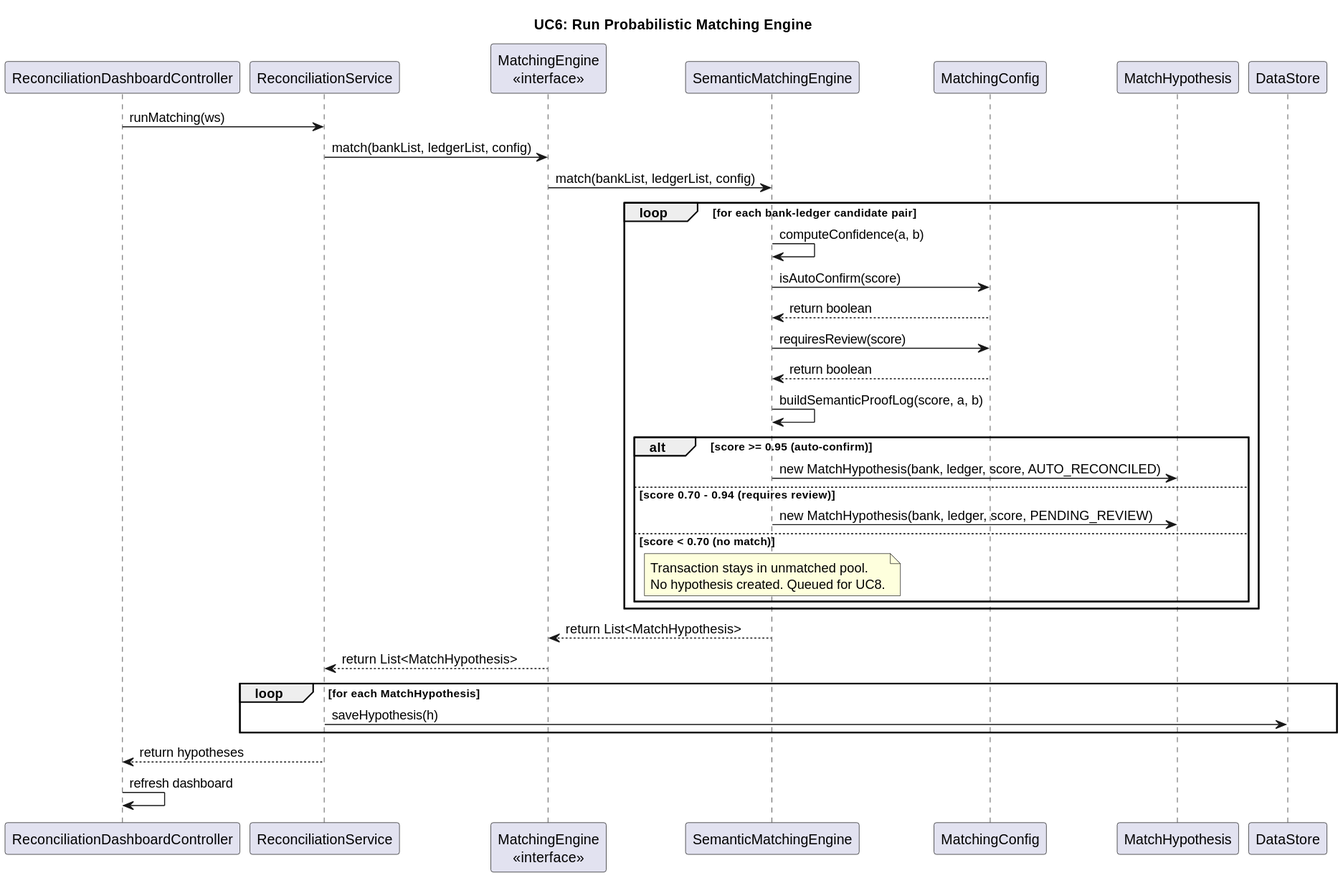
Before: docs/Sequence Diagrams/UC6_RunProbabilisticMatchingEngine.svg, a diagram exported from PlantUML (rayyan-41/AVAL-AI-Reconciliation-Engine).
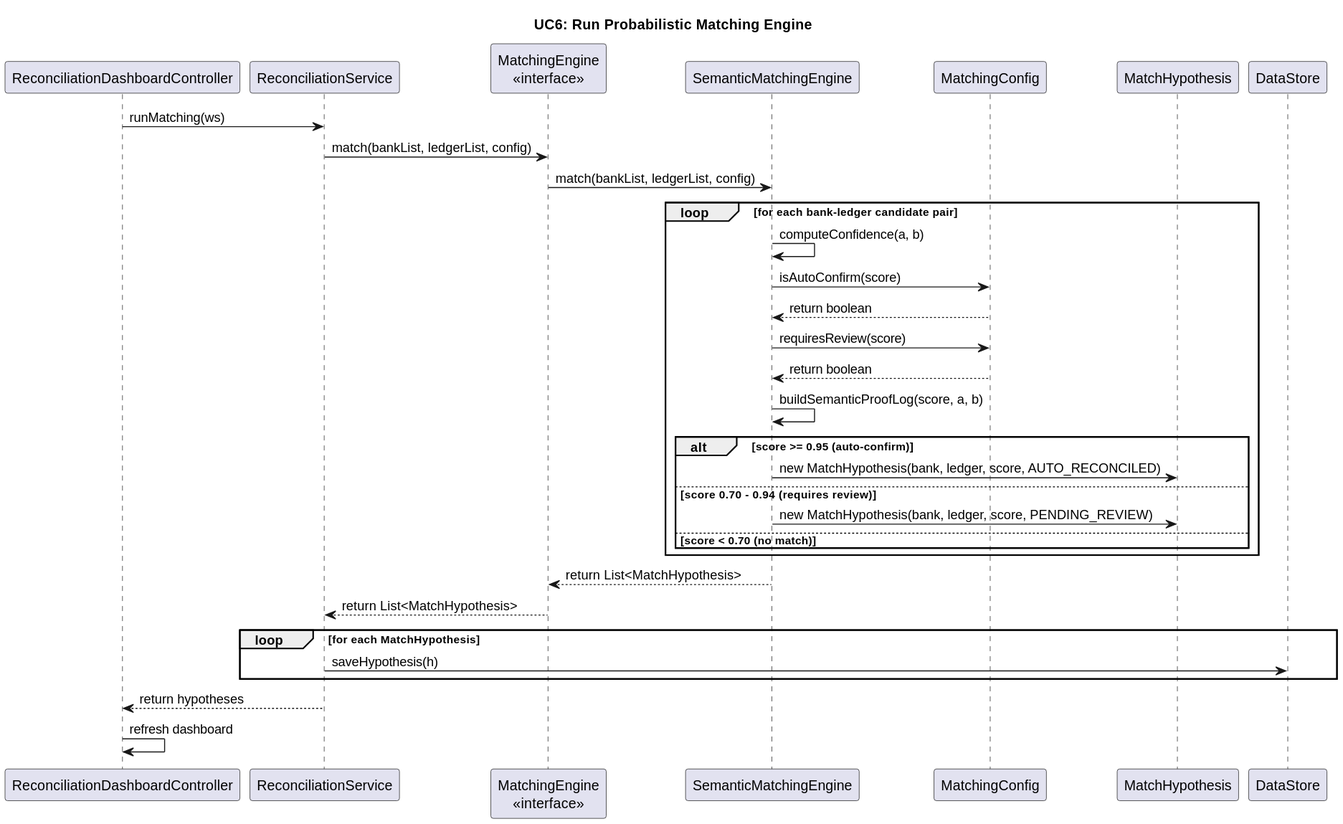
The same file after the commit.

Change to the diagram source:
```diff
@@ -29,7 +29,6 @@
     else score 0.70 - 0.94 (requires review)
         SME -> MH : new MatchHypothesis(bank, ledger, score, PENDING_REVIEW)
     else score < 0.70 (no match)
-        note over SME : Transaction stays in unmatched pool.\nNo hypothesis created. Queued for UC8.
     end
 end
 
```
